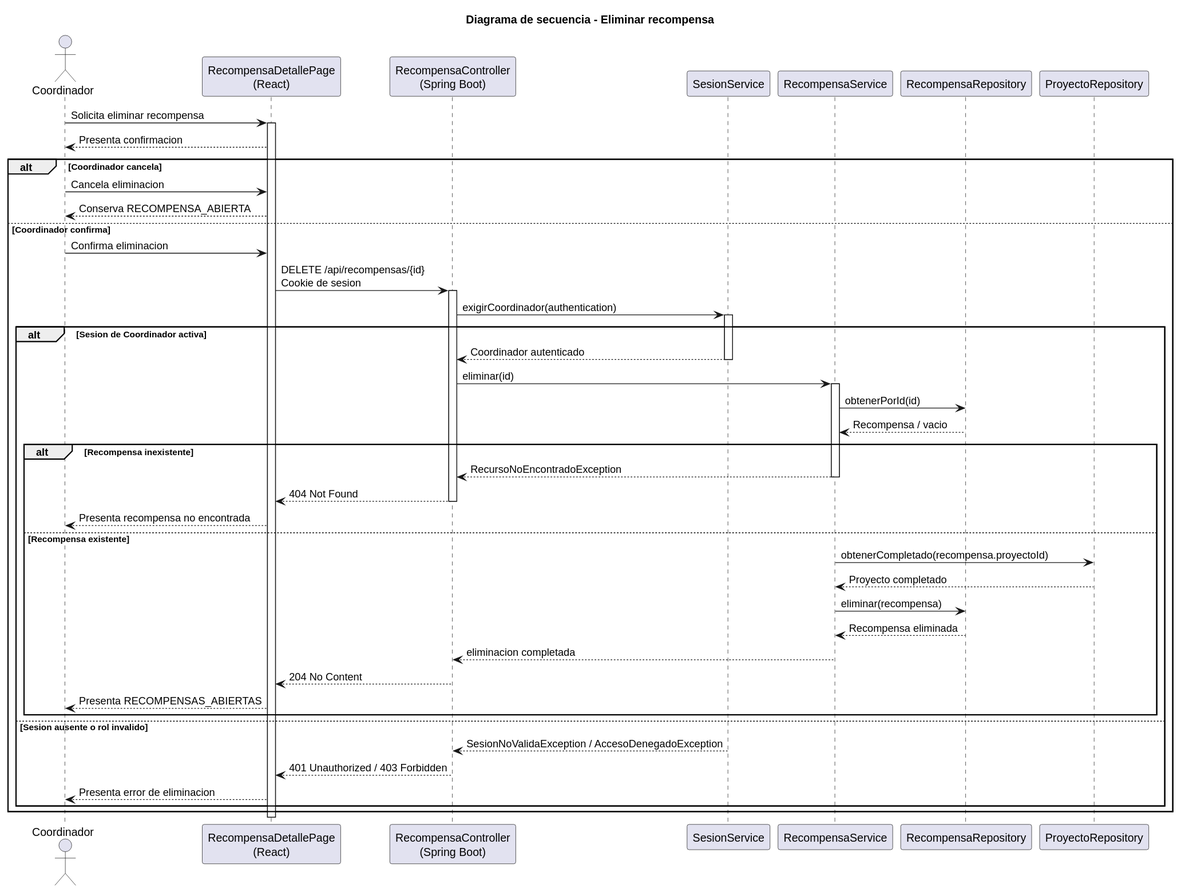
The PlantUML diagram images/RUP/02-diseño/casos-uso/coordinador/eliminarRecompensa/secuencia.svg in beatriizorozco/25-26-idsw2-sdVC, before a commit. Its diagram source:
```plantuml
@startuml
title Diagrama de secuencia - Eliminar recompensa

actor Coordinador
participant "RecompensaDetallePage\n(React)" as Frontend
participant "RecompensaController\n(Spring Boot)" as Api
participant "SesionService" as Sesion
participant "RecompensaService" as Service
participant "RecompensaRepository" as Repo
participant "ProyectoRepository" as ProyectoRepo

Coordinador -> Frontend: Solicita eliminar recompensa
activate Frontend
Frontend --> Coordinador: Presenta confirmacion
alt Coordinador cancela
    Coordinador -> Frontend: Cancela eliminacion
    Frontend --> Coordinador: Conserva RECOMPENSA_ABIERTA
else Coordinador confirma
    Coordinador -> Frontend: Confirma eliminacion
    Frontend -> Api: DELETE /api/recompensas/{id}\nCookie de sesion
    activate Api
    Api -> Sesion: exigirCoordinador(authentication)
    activate Sesion
    alt Sesion de Coordinador activa
        Sesion --> Api: Coordinador autenticado
        deactivate Sesion
        Api -> Service: eliminar(id)
        activate Service
        Service -> Repo: obtenerPorId(id)
        Repo --> Service: Recompensa / vacio
        alt Recompensa inexistente
            Service --> Api: RecursoNoEncontradoException
            deactivate Service
            Api --> Frontend: 404 Not Found
            deactivate Api
            Frontend --> Coordinador: Presenta recompensa no encontrada
        else Recompensa existente
            Service -> ProyectoRepo: obtenerCompletado(recompensa.proyectoId)
            ProyectoRepo --> Service: Proyecto completado
            Service -> Repo: eliminar(recompensa)
            Repo --> Service: Recompensa eliminada
            Service --> Api: eliminacion completada
            deactivate Service
            Api --> Frontend: 204 No Content
            deactivate Api
            Frontend --> Coordinador: Presenta RECOMPENSAS_ABIERTAS
        end
    else Sesion ausente o rol invalido
        Sesion --> Api: SesionNoValidaException / AccesoDenegadoException
        deactivate Sesion
        Api --> Frontend: 401 Unauthorized / 403 Forbidden
        deactivate Api
        Frontend --> Coordinador: Presenta error de eliminacion
    end
end
deactivate Frontend
@enduml
```
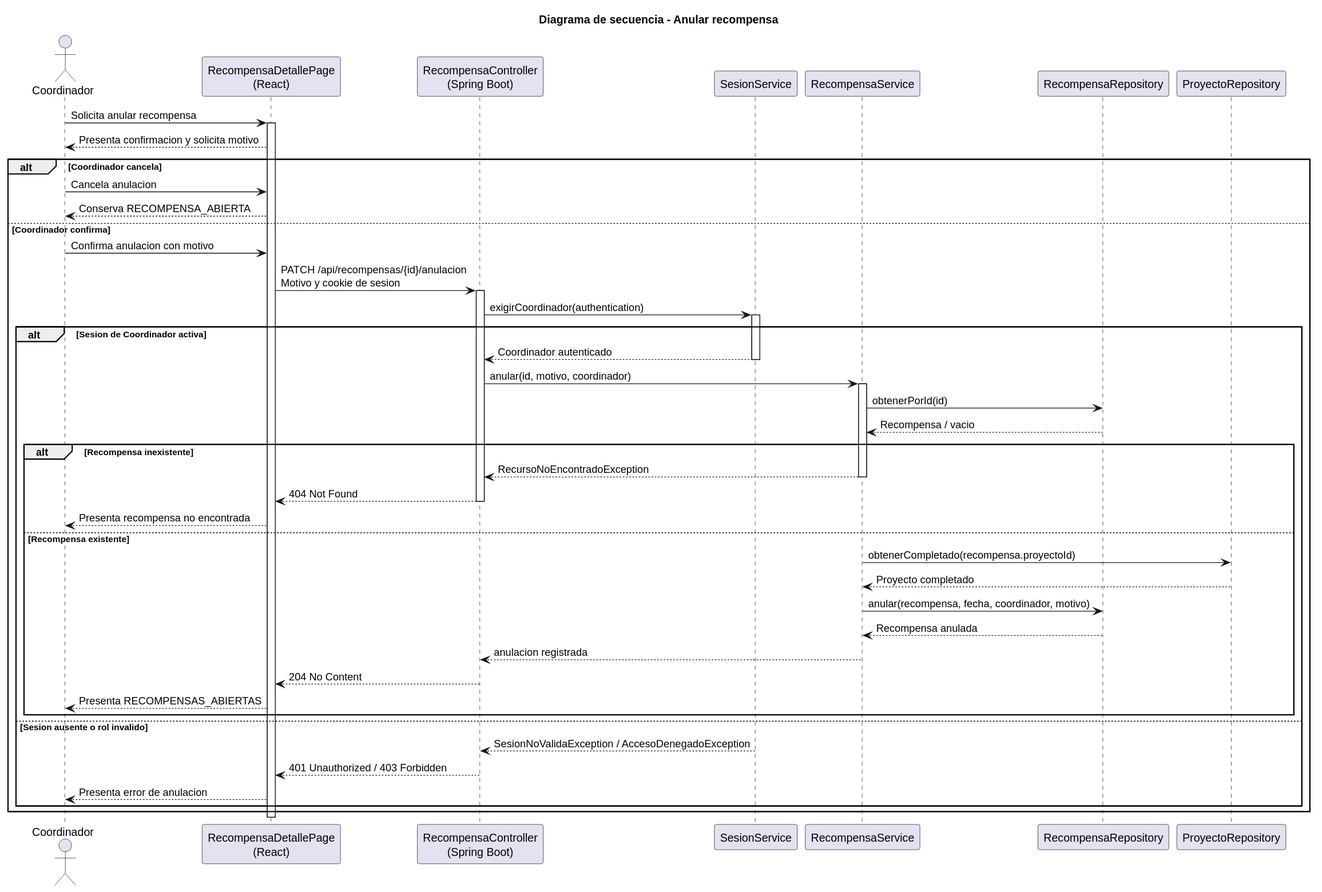
The same file after the commit.

What changed in the source:
```diff
@@ -1,5 +1,5 @@
 @startuml
-title Diagrama de secuencia - Eliminar recompensa
+title Diagrama de secuencia - Anular recompensa
 
 actor Coordinador
 participant "RecompensaDetallePage\n(React)" as Frontend
@@ -9,22 +9,22 @@
 participant "RecompensaRepository" as Repo
 participant "ProyectoRepository" as ProyectoRepo
 
-Coordinador -> Frontend: Solicita eliminar recompensa
+Coordinador -> Frontend: Solicita anular recompensa
 activate Frontend
-Frontend --> Coordinador: Presenta confirmacion
+Frontend --> Coordinador: Presenta confirmacion y solicita motivo
 alt Coordinador cancela
-    Coordinador -> Frontend: Cancela eliminacion
+    Coordinador -> Frontend: Cancela anulacion
     Frontend --> Coordinador: Conserva RECOMPENSA_ABIERTA
 else Coordinador confirma
-    Coordinador -> Frontend: Confirma eliminacion
-    Frontend -> Api: DELETE /api/recompensas/{id}\nCookie de sesion
+    Coordinador -> Frontend: Confirma anulacion con motivo
+    Frontend -> Api: PATCH /api/recompensas/{id}/anulacion\nMotivo y cookie de sesion
     activate Api
     Api -> Sesion: exigirCoordinador(authentication)
     activate Sesion
     alt Sesion de Coordinador activa
         Sesion --> Api: Coordinador autenticado
         deactivate Sesion
-        Api -> Service: eliminar(id)
+        Api -> Service: anular(id, motivo, coordinador)
         activate Service
         Service -> Repo: obtenerPorId(id)
         Repo --> Service: Recompensa / vacio
@@ -37,9 +37,9 @@
         else Recompensa existente
             Service -> ProyectoRepo: obtenerCompletado(recompensa.proyectoId)
             ProyectoRepo --> Service: Proyecto completado
-            Service -> Repo: eliminar(recompensa)
-            Repo --> Service: Recompensa eliminada
-            Service --> Api: eliminacion completada
+            Service -> Repo: anular(recompensa, fecha, coordinador, motivo)
+            Repo --> Service: Recompensa anulada
+            Service --> Api: anulacion registrada
             deactivate Service
             Api --> Frontend: 204 No Content
             deactivate Api
@@ -50,7 +50,7 @@
         deactivate Sesion
         Api --> Frontend: 401 Unauthorized / 403 Forbidden
         deactivate Api
-        Frontend --> Coordinador: Presenta error de eliminacion
+        Frontend --> Coordinador: Presenta error de anulacion
     end
 end
 deactivate Frontend
```
